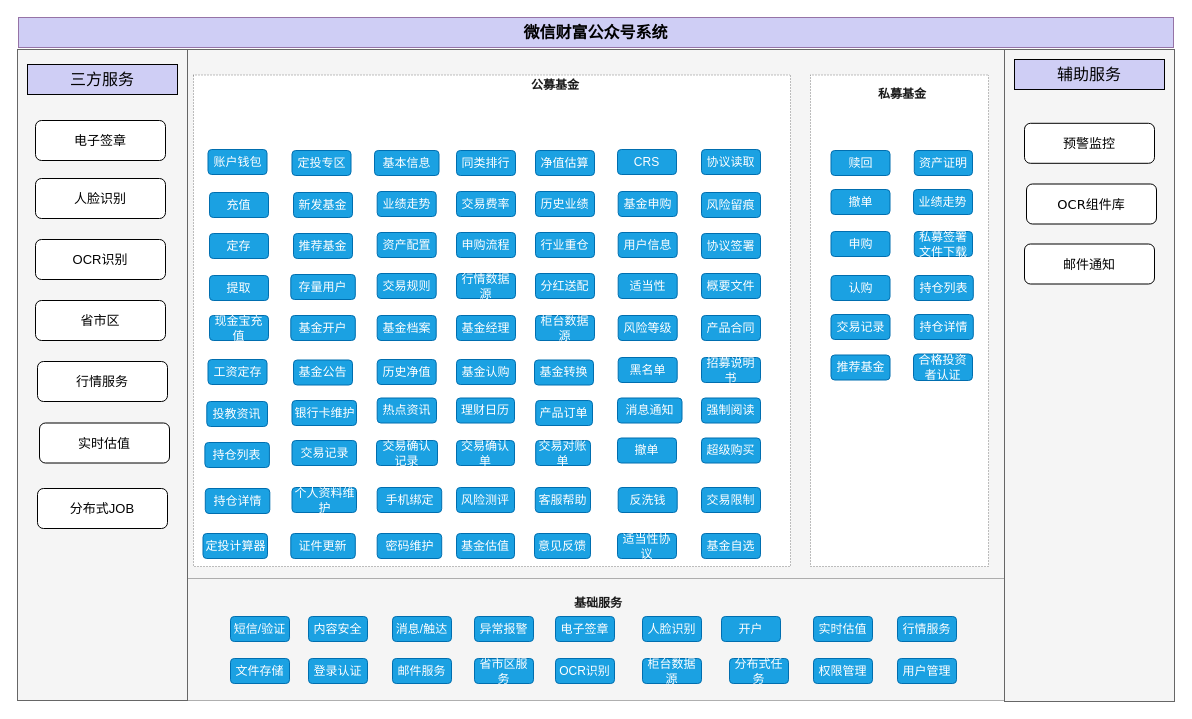
Earlier version of the draw.io diagram 微信财富公众号系统-业务架构.drawio (ammengke/my-drawio). Source tidied: cells renumbered, new cells numbered last; positions are measured from the earlier drawing's top-left corner, leaving out a move shared by most shapes. Both pictures are drawn from the tidied source at 100%, with x=0, y=0 at pixel (17, 17).
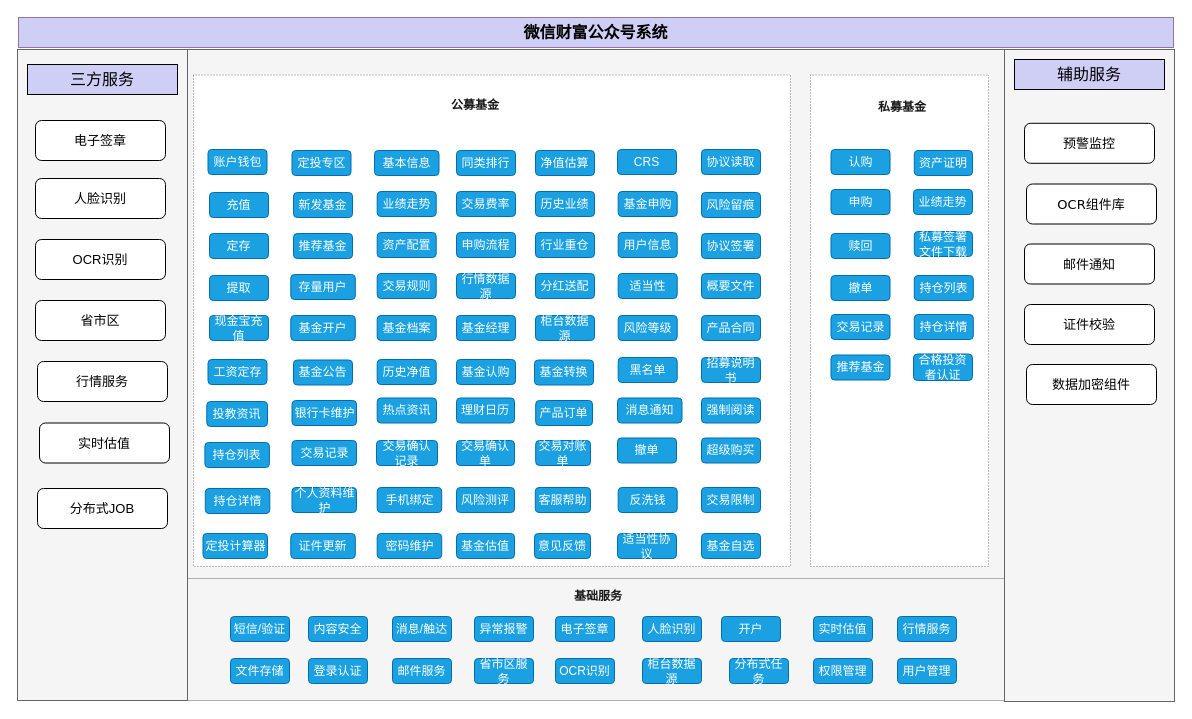
Above is the later version.

Commit message:
更新微信财富公众号系统-业务架构.drawio

The edit, as a diff of the source:
```diff
@@
     <mxCell id="20" value="公募基金" style="text;html=1;strokeColor=none;fillColor=none;align=center;verticalAlign=middle;whiteSpace=wrap;rounded=0;dashed=1;dashPattern=1 2;fontColor=#1A1A1A;fontStyle=1;" parent="1" vertex="1">
-      <mxGeometry x="508" y="53" width="60" height="30" as="geometry" />
+      <mxGeometry x="428" y="73" width="60" height="30" as="geometry" />
     </mxCell>
     <mxCell id="21" value="私募基金" style="text;html=1;strokeColor=none;fillColor=none;align=center;verticalAlign=middle;whiteSpace=wrap;rounded=0;dashed=1;dashPattern=1 2;fontColor=#1A1A1A;fontStyle=1;" parent="1" vertex="1">
-      <mxGeometry x="855" y="62" width="60" height="30" as="geometry" />
+      <mxGeometry x="855" y="75" width="60" height="30" as="geometry" />
     </mxCell>
@@
     <mxCell id="23" value="认购" style="text;html=1;strokeColor=#006EAF;fillColor=#1ba1e2;align=center;verticalAlign=middle;whiteSpace=wrap;rounded=1;fontColor=#ffffff;" parent="1" vertex="1">
-      <mxGeometry x="813.5" y="258" width="59" height="25" as="geometry" />
+      <mxGeometry x="813.5" y="132" width="59" height="25" as="geometry" />
     </mxCell>
     <mxCell id="24" value="申购" style="text;html=1;strokeColor=#006EAF;fillColor=#1ba1e2;align=center;verticalAlign=middle;whiteSpace=wrap;rounded=1;fontColor=#ffffff;" parent="1" vertex="1">
-      <mxGeometry x="813.5" y="214" width="59" height="25" as="geometry" />
+      <mxGeometry x="813.5" y="172" width="59" height="25" as="geometry" />
     </mxCell>
@@
     <mxCell id="26" value="赎回" style="text;html=1;strokeColor=#006EAF;fillColor=#1ba1e2;align=center;verticalAlign=middle;whiteSpace=wrap;rounded=1;fontColor=#ffffff;" parent="1" vertex="1">
-      <mxGeometry x="813.5" y="133" width="59" height="25" as="geometry" />
+      <mxGeometry x="813.5" y="216" width="59" height="25" as="geometry" />
     </mxCell>
     <mxCell id="27" value="撤单" style="text;html=1;strokeColor=#006EAF;fillColor=#1ba1e2;align=center;verticalAlign=middle;whiteSpace=wrap;rounded=1;fontColor=#ffffff;" parent="1" vertex="1">
-      <mxGeometry x="813.5" y="172" width="59" height="25" as="geometry" />
+      <mxGeometry x="813.5" y="258" width="59" height="25" as="geometry" />
     </mxCell>
     <mxCell id="28" value="基础服务" style="text;html=1;strokeColor=none;fillColor=none;align=center;verticalAlign=middle;whiteSpace=wrap;rounded=0;fontColor=#1A1A1A;fontStyle=1;" parent="1" vertex="1">
-      <mxGeometry x="550.5" y="571" width="60" height="30" as="geometry" />
+      <mxGeometry x="550.5" y="564" width="60" height="30" as="geometry" />
     </mxCell>
@@
+    <mxCell id="124" value="&lt;p class=&quot;MsoNormal&quot; style=&quot;font-size: 13px;&quot;&gt;&lt;span style=&quot;font-size: 13px;&quot;&gt;&lt;font style=&quot;font-size: 13px;&quot;&gt;证件校验&lt;/font&gt;&lt;/span&gt;&lt;/p&gt;" style="rounded=1;whiteSpace=wrap;html=1;fontSize=13;fontFamily=Verdana;" parent="1" vertex="1">
+      <mxGeometry x="1007" y="287" width="130" height="40" as="geometry" />
+    </mxCell>
+    <mxCell id="125" value="&lt;p class=&quot;MsoNormal&quot; style=&quot;font-size: 13px;&quot;&gt;&lt;span style=&quot;font-size: 13px;&quot;&gt;&lt;font style=&quot;font-size: 13px;&quot;&gt;数据加密组件&lt;/font&gt;&lt;/span&gt;&lt;/p&gt;" style="rounded=1;whiteSpace=wrap;html=1;fontSize=13;fontFamily=Verdana;" parent="1" vertex="1">
+      <mxGeometry x="1009" y="347" width="130" height="40" as="geometry" />
+    </mxCell>
```
